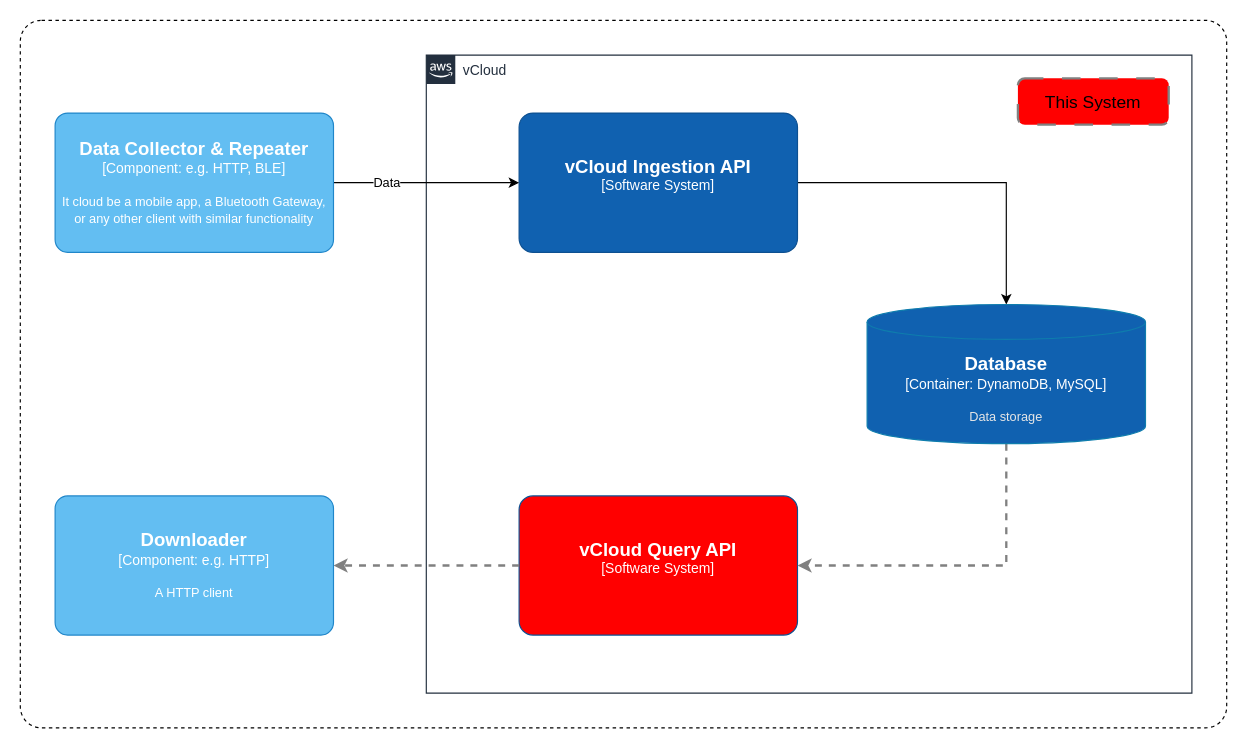
cjay-xlc/draw.io keeps this draw.io diagram as vCloud Query API Overview.drawio. Above is the earlier version. Source tidied: cells renumbered, new cells numbered last; positions are measured from the earlier drawing's top-left corner, leaving out a move shared by most shapes. Both pictures are drawn from the tidied source at 116%, with x=0, y=0 at pixel (20, 20).
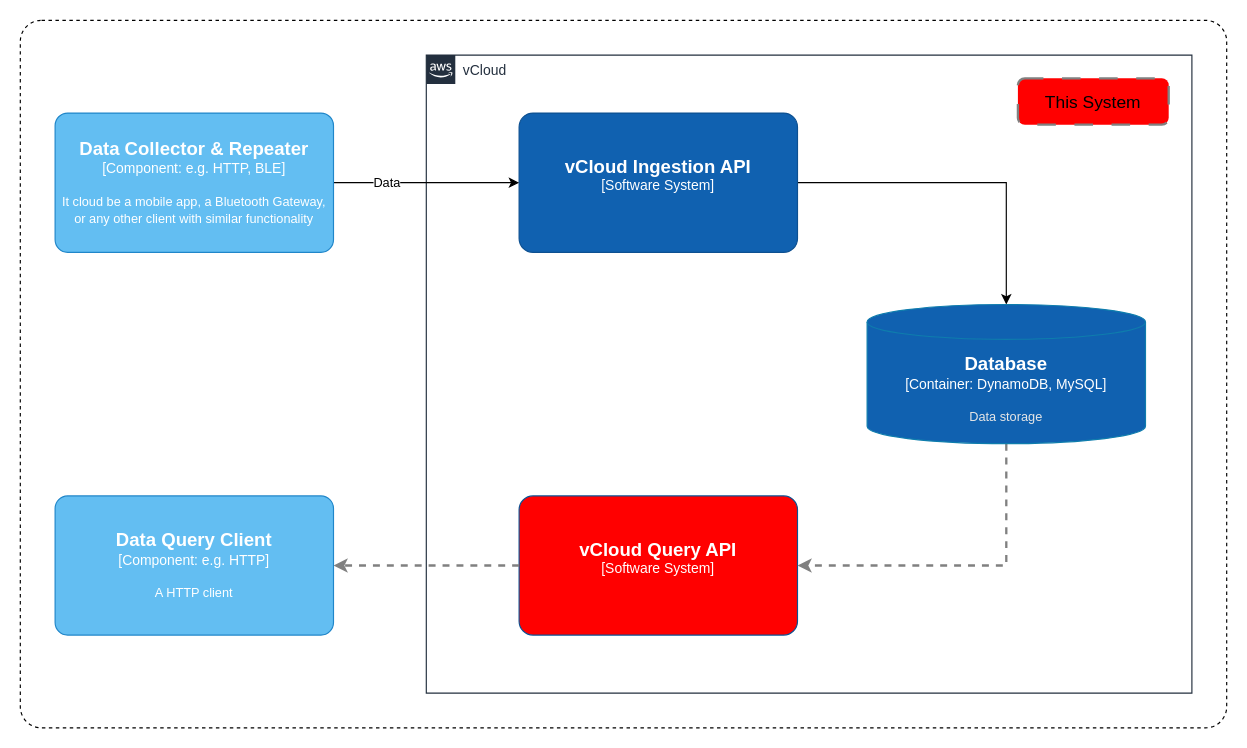
After the change.

Diff of the diagram source:
```diff
@@
 <mxGraphModel>
   <root>
     <mxCell id="0" />
     <mxCell id="1" parent="0" />
     <mxCell id="2" style="rounded=1;whiteSpace=wrap;html=1;dashed=1;gradientColor=none;arcSize=3;" parent="1" vertex="1">
       <mxGeometry width="1040" height="610" as="geometry" />
     </mxCell>
     <mxCell id="3" value="vCloud" style="gradientColor=none;html=1;whiteSpace=wrap;fontSize=12;fontStyle=0;shape=mxgraph.aws4.group;grIcon=mxgraph.aws4.group_aws_cloud_alt;strokeColor=#232F3E;fillColor=none;verticalAlign=top;align=left;spacingLeft=30;fontColor=#232F3E;dashed=0;" parent="1" vertex="1">
       <mxGeometry x="350" y="30" width="660" height="550" as="geometry" />
     </mxCell>
     <mxCell id="4" style="edgeStyle=orthogonalEdgeStyle;rounded=0;jettySize=auto;html=1;" parent="3" edge="1" source="5" target="8">
       <mxGeometry relative="1" as="geometry" />
     </mxCell>
     <object id="5" label="&lt;font style=&quot;font-size: 16px&quot;&gt;&lt;b&gt;%c4Name%&lt;/b&gt;&lt;/font&gt;&lt;div&gt;[%c4Type%]&lt;/div&gt;&lt;br&gt;&lt;div&gt;&lt;font style=&quot;font-size: 11px&quot;&gt;&lt;font color=&quot;#cccccc&quot;&gt;%c4Description%&lt;/font&gt;&lt;/div&gt;" c4Description="" c4Name="vCloud Ingestion API" c4Type="Software System" placeholders="1">
       <mxCell style="rounded=1;whiteSpace=wrap;html=1;labelBackgroundColor=none;fillColor=#1061B0;fontColor=#ffffff;align=center;arcSize=10;strokeColor=#0D5091;points=[[0.25,0,0],[0.5,0,0],[0.75,0,0],[1,0.25,0],[1,0.5,0],[1,0.75,0],[0.75,1,0],[0.5,1,0],[0.25,1,0],[0,0.75,0],[0,0.5,0],[0,0.25,0]];" parent="3" vertex="1">
         <mxGeometry x="80" y="50" width="240" height="120" as="geometry" />
       </mxCell>
     </object>
     <object id="6" label="&lt;font style=&quot;font-size: 16px&quot;&gt;&lt;b&gt;%c4Name%&lt;/b&gt;&lt;/font&gt;&lt;div&gt;[%c4Type%]&lt;/div&gt;&lt;br&gt;&lt;div&gt;&lt;font style=&quot;font-size: 11px&quot;&gt;&lt;font color=&quot;#cccccc&quot;&gt;%c4Description%&lt;/font&gt;&lt;/div&gt;" c4Description="" c4Name="vCloud Query API" c4Type="Software System" placeholders="1">
       <mxCell style="rounded=1;whiteSpace=wrap;html=1;labelBackgroundColor=none;fillColor=#FF0000;fontColor=#ffffff;align=center;arcSize=10;strokeColor=#0D5091;points=[[0.25,0,0],[0.5,0,0],[0.75,0,0],[1,0.25,0],[1,0.5,0],[1,0.75,0],[0.75,1,0],[0.5,1,0],[0.25,1,0],[0,0.75,0],[0,0.5,0],[0,0.25,0]];" parent="3" vertex="1">
         <mxGeometry x="80" y="380" width="240" height="120" as="geometry" />
       </mxCell>
     </object>
     <mxCell id="7" style="edgeStyle=orthogonalEdgeStyle;rounded=0;jettySize=auto;html=1;entryX=1;entryY=0.5;entryDx=0;entryDy=0;entryPerimeter=0;exitX=0.5;exitY=1;exitDx=0;exitDy=0;exitPerimeter=0;strokeColor=#808080;dashed=1;strokeWidth=2;" parent="3" edge="1" source="8" target="6">
       <mxGeometry relative="1" as="geometry" />
     </mxCell>
     <object id="8" label="&lt;font style=&quot;font-size: 16px&quot;&gt;&lt;b&gt;%c4Type%&lt;/b&gt;&lt;/font&gt;&lt;div&gt;[%c4Container%:&amp;nbsp;%c4Technology%]&lt;/div&gt;&lt;br&gt;&lt;div&gt;&lt;font style=&quot;font-size: 11px&quot;&gt;&lt;font color=&quot;#E6E6E6&quot;&gt;%c4Description%&lt;/font&gt;&lt;/div&gt;" c4Container="Container" c4Description="Data storage" c4Technology="DynamoDB, MySQL" c4Type="Database" placeholders="1">
       <mxCell style="shape=cylinder3;size=15;whiteSpace=wrap;html=1;boundedLbl=1;rounded=0;labelBackgroundColor=none;fillColor=#1061b0;fontSize=12;fontColor=#ffffff;align=center;strokeColor=#0E7DAD;points=[[0.5,0,0],[1,0.25,0],[1,0.5,0],[1,0.75,0],[0.5,1,0],[0,0.75,0],[0,0.5,0],[0,0.25,0]];" parent="3" vertex="1">
         <mxGeometry x="380" y="215" width="240" height="120" as="geometry" />
       </mxCell>
     </object>
     <mxCell id="9" value="&lt;font style=&quot;font-size: 15px;&quot;&gt;This System&lt;/font&gt;" style="rounded=1;whiteSpace=wrap;html=1;strokeColor=#808080;fillColor=#FF0000;dashed=1;dashPattern=8 8;strokeWidth=2;" parent="3" vertex="1">
       <mxGeometry x="510" y="20" width="130" height="40" as="geometry" />
     </mxCell>
     <mxCell id="10" style="edgeStyle=orthogonalEdgeStyle;rounded=0;jettySize=auto;html=1;entryX=0;entryY=0.5;entryDx=0;entryDy=0;entryPerimeter=0;curved=1;" parent="1" edge="1" source="12" target="5">
       <mxGeometry relative="1" as="geometry" />
     </mxCell>
     <mxCell id="11" value="Data" style="edgeLabel;html=1;align=center;verticalAlign=middle;" parent="10" vertex="1">
       <mxGeometry x="-0.44" y="1" relative="1" as="geometry" />
     </mxCell>
     <object id="12" label="&lt;font style=&quot;font-size: 16px&quot;&gt;&lt;b&gt;%c4Name%&lt;/b&gt;&lt;/font&gt;&lt;div&gt;[%c4Type%: %c4Technology%]&lt;/div&gt;&lt;br&gt;&lt;div&gt;&lt;font style=&quot;font-size: 11px&quot;&gt;%c4Description%&lt;/font&gt;&lt;/div&gt;" c4Description="It cloud be a mobile app, a Bluetooth Gateway, or any  other client with similar functionality" c4Name="Data Collector &amp; Repeater" c4Technology="e.g. HTTP, BLE" c4Type="Component" placeholders="1">
       <mxCell style="rounded=1;whiteSpace=wrap;html=1;labelBackgroundColor=none;fillColor=#63BEF2;fontColor=#ffffff;align=center;arcSize=9;strokeColor=#2086C9;points=[[0.25,0,0],[0.5,0,0],[0.75,0,0],[1,0.25,0],[1,0.5,0],[1,0.75,0],[0.75,1,0],[0.5,1,0],[0.25,1,0],[0,0.75,0],[0,0.5,0],[0,0.25,0]];" parent="1" vertex="1">
         <mxGeometry x="30" y="80" width="240" height="120" as="geometry" />
       </mxCell>
     </object>
     <mxCell id="13" style="edgeStyle=orthogonalEdgeStyle;rounded=0;jettySize=auto;html=1;entryX=1;entryY=0.5;entryDx=0;entryDy=0;entryPerimeter=0;strokeColor=#808080;strokeWidth=2;dashed=1;" parent="1" edge="1" source="6">
       <mxGeometry relative="1" as="geometry">
         <mxPoint x="270" y="470" as="targetPoint" />
       </mxGeometry>
     </mxCell>
-    <object id="14" label="&lt;font style=&quot;font-size: 16px&quot;&gt;&lt;b&gt;%c4Name%&lt;/b&gt;&lt;/font&gt;&lt;div&gt;[%c4Type%: %c4Technology%]&lt;/div&gt;&lt;br&gt;&lt;div&gt;&lt;font style=&quot;font-size: 11px&quot;&gt;%c4Description%&lt;/font&gt;&lt;/div&gt;" c4Description="A HTTP client" c4Name="Downloader" c4Technology="e.g. HTTP" c4Type="Component" placeholders="1">
+    <object id="14" label="&lt;font style=&quot;font-size: 16px&quot;&gt;&lt;b&gt;%c4Name%&lt;/b&gt;&lt;/font&gt;&lt;div&gt;[%c4Type%: %c4Technology%]&lt;/div&gt;&lt;br&gt;&lt;div&gt;&lt;font style=&quot;font-size: 11px&quot;&gt;%c4Description%&lt;/font&gt;&lt;/div&gt;" c4Description="A HTTP client" c4Name="Data Query Client" c4Technology="e.g. HTTP" c4Type="Component" placeholders="1">
       <mxCell style="rounded=1;whiteSpace=wrap;html=1;labelBackgroundColor=none;fillColor=#63BEF2;fontColor=#ffffff;align=center;arcSize=9;strokeColor=#2086C9;" parent="1" vertex="1">
         <mxGeometry x="30" y="410" width="240" height="120" as="geometry" />
       </mxCell>
     </object>
   </root>
 </mxGraphModel>
```
